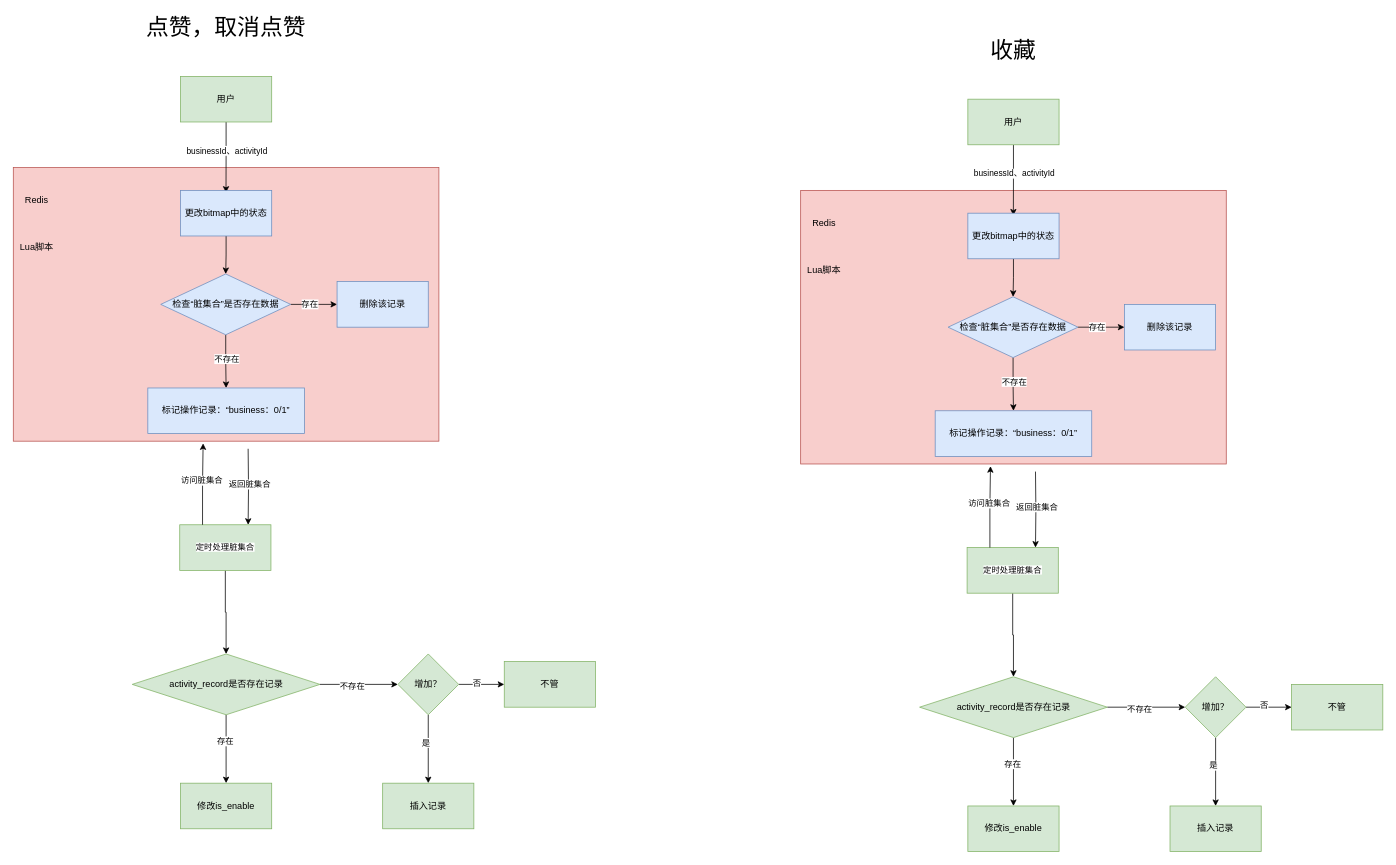
This is page "点赞" (11 of 14) of Lottery.drawio from onlyactwo/DrawIO, a draw.io file, before an edit. Source tidied: cells renumbered, new cells numbered last; positions are measured from the earlier drawing's top-left corner, leaving out a move shared by most shapes. Both pictures are drawn from the tidied source at 76%, with x=0, y=0 at pixel (13, 15).
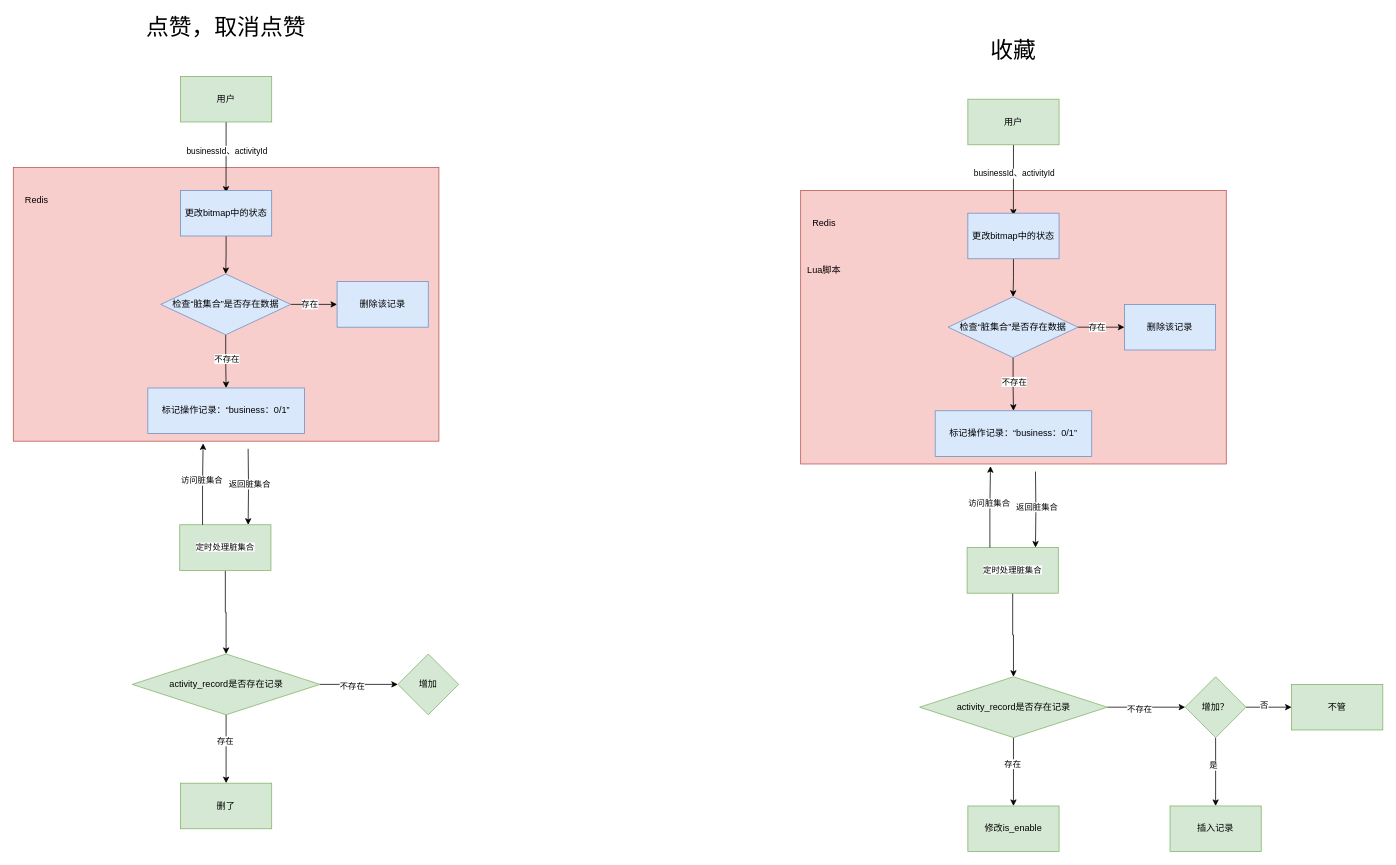
The same page after the edit.

Diff of the diagram source:
```diff
@@
-    <mxCell id="23" value="Lua脚本" style="text;html=1;align=center;verticalAlign=middle;whiteSpace=wrap;rounded=0;" parent="1" vertex="1">
-      <mxGeometry x="1" y="290" width="60" height="30" as="geometry" />
-    </mxCell>
@@
-    <mxCell id="29" value="修改is_enable" style="whiteSpace=wrap;html=1;fillColor=#d5e8d4;strokeColor=#82b366;rounded=0;" parent="1" vertex="1">
+    <mxCell id="29" value="删了" style="whiteSpace=wrap;html=1;fillColor=#d5e8d4;strokeColor=#82b366;rounded=0;" parent="1" vertex="1">
       <mxGeometry x="220" y="1010" width="120" height="60" as="geometry" />
     </mxCell>
-    <mxCell id="30" style="edgeStyle=orthogonalEdgeStyle;rounded=0;jettySize=auto;html=1;" parent="1" edge="1" source="34" target="35">
-      <mxGeometry relative="1" as="geometry" />
-    </mxCell>
-    <mxCell id="31" value="是" style="edgeLabel;html=1;align=center;verticalAlign=middle;" parent="30" vertex="1">
-      <mxGeometry x="-0.2" y="-4" relative="1" as="geometry" />
-    </mxCell>
-    <mxCell id="32" style="edgeStyle=orthogonalEdgeStyle;rounded=0;jettySize=auto;html=1;" parent="1" edge="1" source="34" target="36">
-      <mxGeometry relative="1" as="geometry" />
-    </mxCell>
-    <mxCell id="33" value="否" style="edgeLabel;html=1;align=center;verticalAlign=middle;" parent="32" vertex="1">
-      <mxGeometry x="-0.22" y="3" relative="1" as="geometry" />
-    </mxCell>
-    <mxCell id="34" value="增加？" style="rhombus;whiteSpace=wrap;html=1;fillColor=#d5e8d4;strokeColor=#82b366;" parent="1" vertex="1">
+    <mxCell id="34" value="增加" style="rhombus;whiteSpace=wrap;html=1;fillColor=#d5e8d4;strokeColor=#82b366;" parent="1" vertex="1">
       <mxGeometry x="506" y="840" width="80" height="80" as="geometry" />
     </mxCell>
-    <mxCell id="35" value="插入记录" style="whiteSpace=wrap;html=1;fillColor=#d5e8d4;strokeColor=#82b366;" parent="1" vertex="1">
-      <mxGeometry x="486" y="1010" width="120" height="60" as="geometry" />
-    </mxCell>
-    <mxCell id="36" value="不管" style="whiteSpace=wrap;html=1;fillColor=#d5e8d4;strokeColor=#82b366;" parent="1" vertex="1">
-      <mxGeometry x="646" y="850" width="120" height="60" as="geometry" />
-    </mxCell>
```
